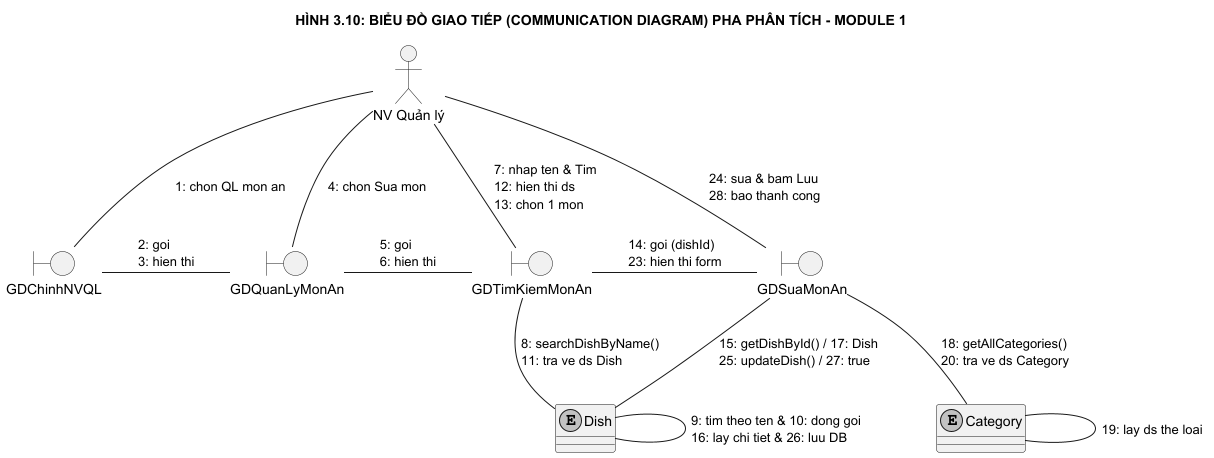
The PlantUML diagram docs/diagrams/Analysis_05_Module1_Communication.png in NEWBIE1005/RMS_RestaurantManagementSystem, before a commit.
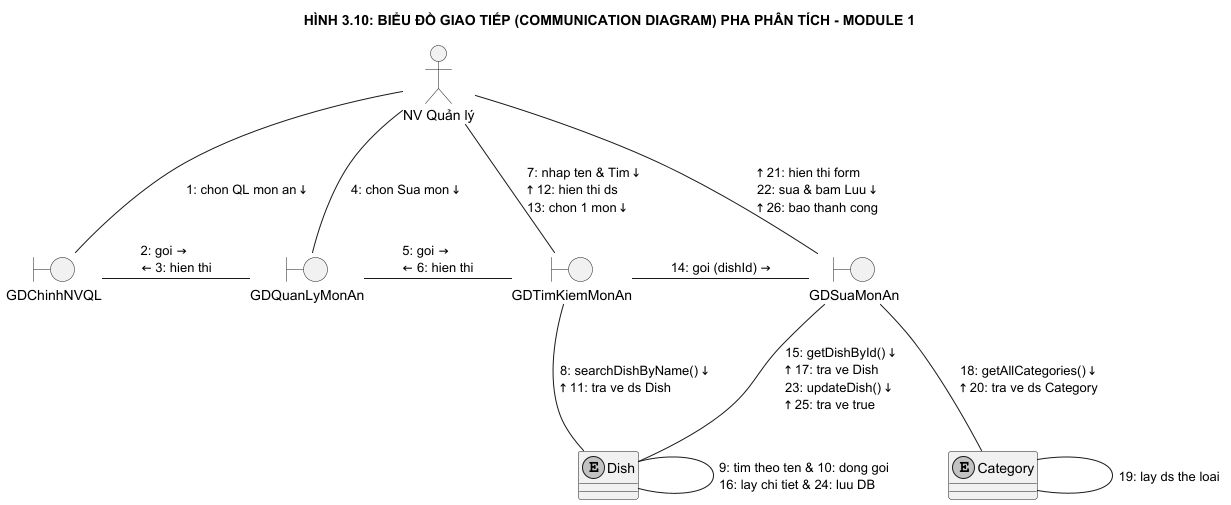
The same diagram one commit later.

Diff of the diagram source:
```diff
@@ -3,8 +3,8 @@
 skinparam monochrome true
 skinparam shadowing false
 skinparam defaultTextAlignment left
-skinparam nodesep 70
-skinparam ranksep 70
+skinparam nodesep 75
+skinparam ranksep 75
 
 title HÌNH 3.10: BIỂU ĐỒ GIAO TIẾP (COMMUNICATION DIAGRAM) PHA PHÂN TÍCH - MODULE 1
 
@@ -18,20 +18,20 @@
 entity "Dish" as Dish
 entity "Category" as Cat
 
-NV -- GD1 : 1: chon QL mon an
-NV -- GD2 : 4: chon Sua mon
-NV -- GD3 : 7: nhap ten & Tim\n12: hien thi ds\n13: chon 1 mon
-NV -- GD4 : 24: sua & bam Luu\n28: bao thanh cong
+NV -- GD1 : 1: chon QL mon an ↓
+NV -- GD2 : 4: chon Sua mon ↓
+NV -- GD3 : 7: nhap ten & Tim ↓\n↑ 12: hien thi ds\n13: chon 1 mon ↓
+NV -- GD4 : ↑ 21: hien thi form\n22: sua & bam Luu ↓\n↑ 26: bao thanh cong
 
-GD1 -right- GD2 : 2: goi\n3: hien thi
-GD2 -right- GD3 : 5: goi\n6: hien thi
-GD3 -right- GD4 : 14: goi (dishId)\n23: hien thi form
+GD1 -right- GD2 : 2: goi →\n← 3: hien thi
+GD2 -right- GD3 : 5: goi →\n← 6: hien thi
+GD3 -right- GD4 : 14: goi (dishId) →
 
-GD3 -- Dish : 8: searchDishByName()\n11: tra ve ds Dish
-GD4 -- Dish : 15: getDishById() / 17: Dish\n25: updateDish() / 27: true
-GD4 -- Cat : 18: getAllCategories()\n20: tra ve ds Category
+GD3 -- Dish : 8: searchDishByName() ↓\n↑ 11: tra ve ds Dish
+GD4 -- Dish : 15: getDishById() ↓\n↑ 17: tra ve Dish\n23: updateDish() ↓\n↑ 25: tra ve true
+GD4 -- Cat : 18: getAllCategories() ↓\n↑ 20: tra ve ds Category
 
-Dish -- Dish : 9: tim theo ten & 10: dong goi\n16: lay chi tiet & 26: luu DB
+Dish -- Dish : 9: tim theo ten & 10: dong goi\n16: lay chi tiet & 24: luu DB
 Cat -- Cat : 19: lay ds the loai
 
 @enduml
```
